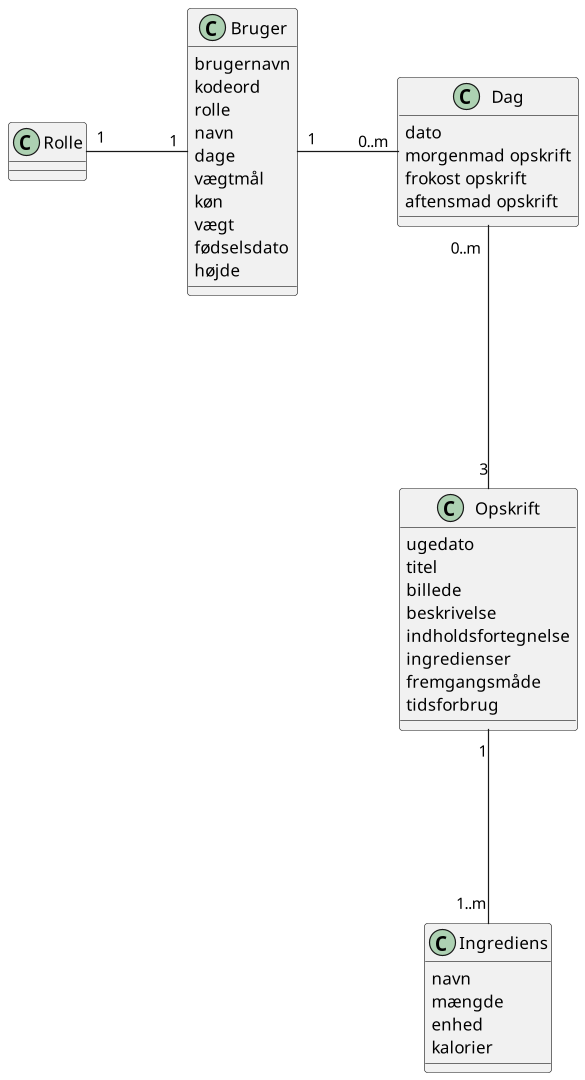
sofush/kostplan keeps this PlantUML diagram as diagram/domain-model.png. Above is the earlier version.
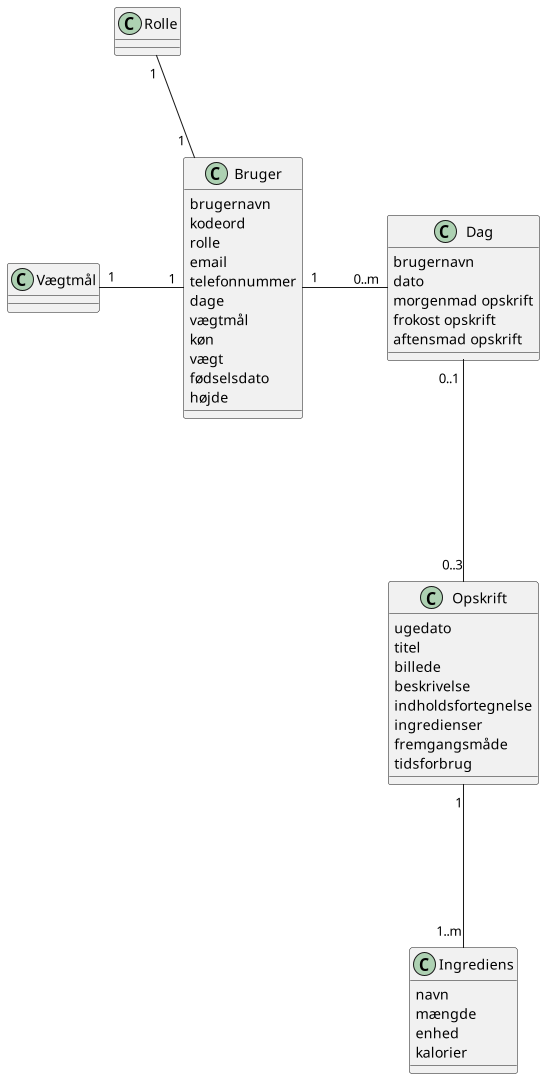
The same diagram one commit later.

What changed in the source:
```diff
@@ -1,11 +1,13 @@
 @startuml
 scale 1920*1080
 class Rolle {}
+class Vægtmål {}
 class Bruger {
 	brugernavn
 	kodeord
 	rolle
-	navn
+	email
+	telefonnummer
 	dage
 	vægtmål
 	køn
@@ -14,6 +16,7 @@
 	højde
 }
 class Dag {
+	brugernavn
 	dato
 	morgenmad opskrift
 	frokost opskrift
@@ -36,9 +39,11 @@
 	kalorier
 }
 
-Rolle "1" -r-- "1" Bruger
+Rolle " 1 " -r-- " 1  " Bruger
+Vægtmål "1" -r-- "1" Bruger
+Rolle -down[hidden]- Vægtmål
 Bruger "1" -r-- "0..m" Dag
-Dag "0..m" --- "3" Opskrift
+Dag "0..1" --- "0..3" Opskrift
 Opskrift "1" --- "1..m" Ingrediens
 
 @enduml
```
